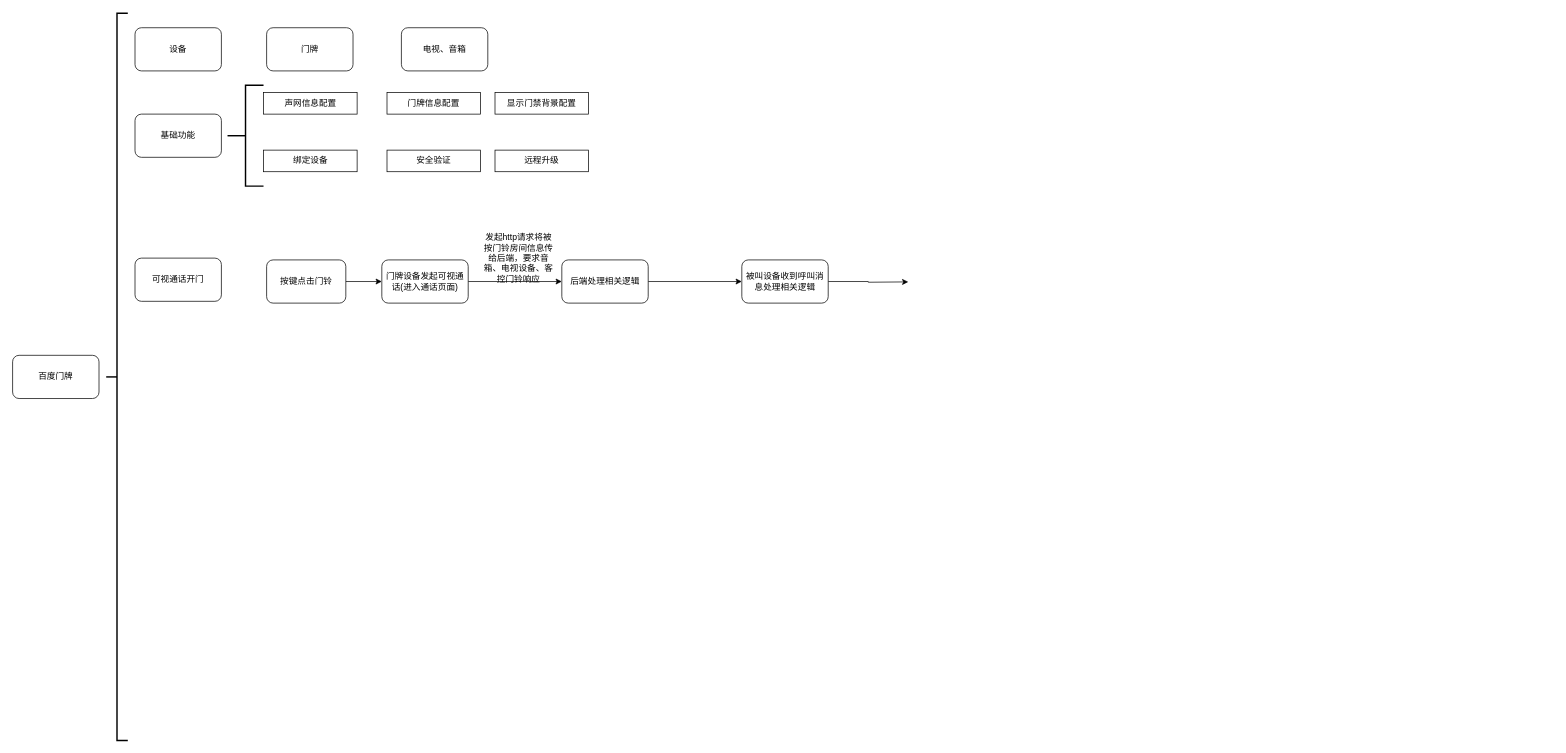
Before: xzzh/门牌流程.drawio in daniel-7d/draw, a draw.io diagram. Source tidied: cells renumbered, new cells numbered last; positions are measured from the earlier drawing's top-left corner, leaving out a move shared by most shapes. Both pictures are drawn from the tidied source at 72%, with x=0, y=0 at pixel (12, 13).
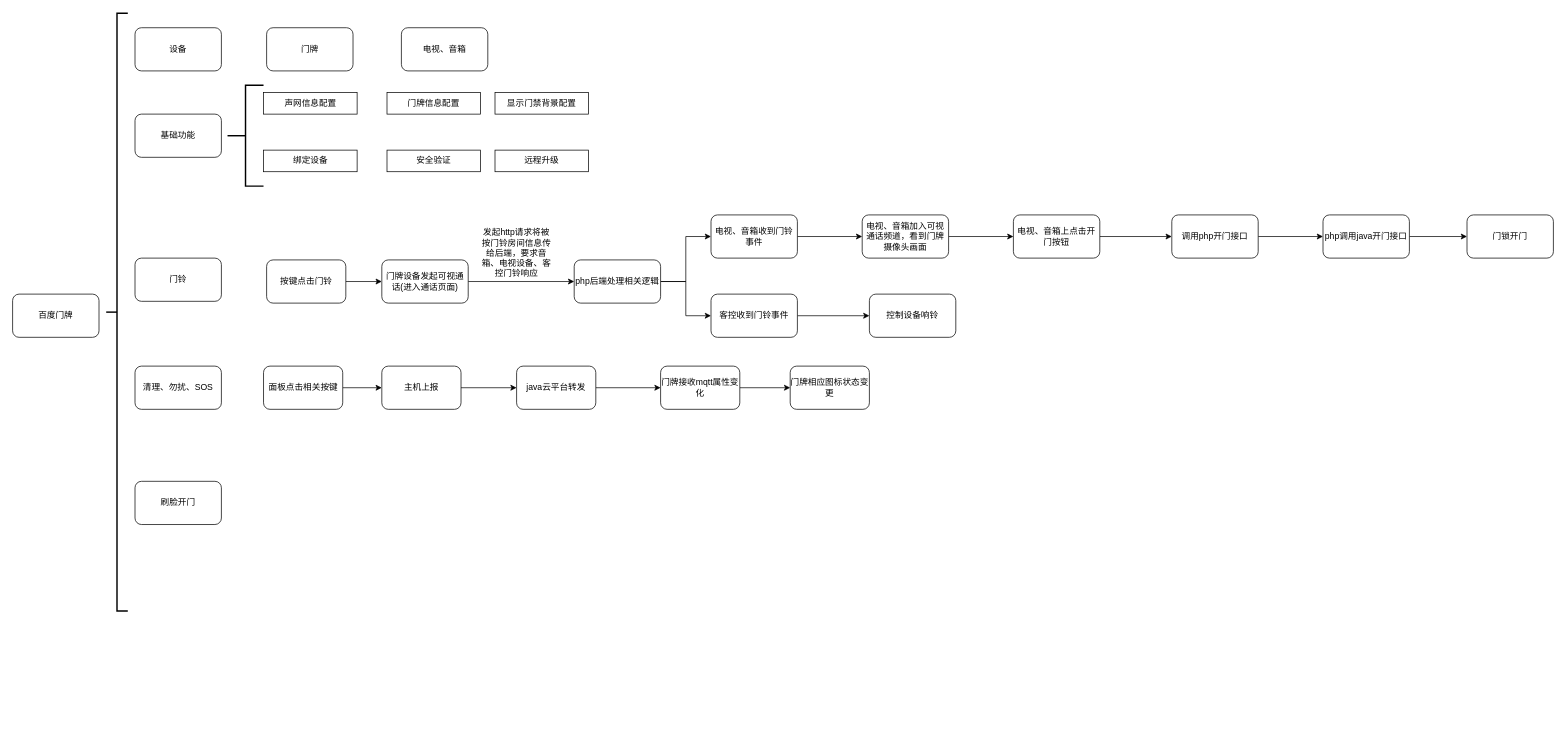
Above is the later version.

Commit message (it also covers changes not shown here):
更新门牌流程.drawio

Unchanged cells that the change refers to:
```xml
<mxCell id="17" value="门牌设备发起可视通话(进入通话页面)" style="rounded=1;whiteSpace=wrap;html=1;" parent="1" vertex="1">
  <mxGeometry x="512.8" y="342.5" width="120" height="60" as="geometry" />
</mxCell>
```

Change to the diagram source:
```diff
@@
     <mxCell id="2" value="百度门牌" style="rounded=1;whiteSpace=wrap;html=1;" parent="1" vertex="1">
-      <mxGeometry y="475" width="120" height="60" as="geometry" />
+      <mxGeometry y="390" width="120" height="60" as="geometry" />
     </mxCell>
     <mxCell id="3" style="strokeWidth=2;html=1;shape=mxgraph.flowchart.annotation_2;align=left;labelPosition=right;" parent="1" vertex="1">
-      <mxGeometry x="130" width="30" height="1010" as="geometry" />
+      <mxGeometry x="130" width="30" height="830" as="geometry" />
     </mxCell>
@@
-    <mxCell id="10" value="可视通话开门" style="rounded=1;whiteSpace=wrap;html=1;" parent="1" vertex="1">
+    <mxCell id="10" value="门铃" style="rounded=1;whiteSpace=wrap;html=1;" parent="1" vertex="1">
       <mxGeometry x="170" y="340" width="120" height="60" as="geometry" />
     </mxCell>
@@
     <mxCell id="16" style="edgeStyle=orthogonalEdgeStyle;rounded=0;jettySize=auto;html=1;exitX=1;exitY=0.5;exitDx=0;exitDy=0;entryX=0;entryY=0.5;entryDx=0;entryDy=0;" parent="1" edge="1" source="17" target="19">
-      <mxGeometry relative="1" as="geometry" />
+      <mxGeometry relative="1" as="geometry">
+        <Array as="points">
+          <mxPoint x="780" y="373" />
+        </Array>
+      </mxGeometry>
     </mxCell>
@@
-    <mxCell id="18" style="edgeStyle=orthogonalEdgeStyle;rounded=0;jettySize=auto;html=1;exitX=1;exitY=0.5;exitDx=0;exitDy=0;" parent="1" edge="1" source="19" target="21">
+    <mxCell id="18" style="edgeStyle=orthogonalEdgeStyle;rounded=0;jettySize=auto;html=1;exitX=1;exitY=0.5;exitDx=0;exitDy=0;entryX=0;entryY=0.5;entryDx=0;entryDy=0;" parent="1" edge="1" source="19" target="21">
       <mxGeometry relative="1" as="geometry" />
     </mxCell>
+    <mxCell id="25" style="edgeStyle=orthogonalEdgeStyle;rounded=0;jettySize=auto;html=1;exitX=1;exitY=0.5;exitDx=0;exitDy=0;entryX=0;entryY=0.5;entryDx=0;entryDy=0;" parent="1" edge="1" source="19" target="28">
+      <mxGeometry relative="1" as="geometry" />
+    </mxCell>
-    <mxCell id="19" value="后端处理相关逻辑" style="rounded=1;whiteSpace=wrap;html=1;" parent="1" vertex="1">
-      <mxGeometry x="762.8" y="342.5" width="120" height="60" as="geometry" />
+    <mxCell id="19" value="php后端处理相关逻辑" style="rounded=1;whiteSpace=wrap;html=1;" parent="1" vertex="1">
+      <mxGeometry x="780" y="342.5" width="120" height="60" as="geometry" />
     </mxCell>
-    <mxCell id="20" style="edgeStyle=orthogonalEdgeStyle;rounded=0;jettySize=auto;html=1;exitX=1;exitY=0.5;exitDx=0;exitDy=0;entryX=0;entryY=0.5;entryDx=0;entryDy=0;" parent="1" edge="1" source="21">
-      <mxGeometry relative="1" as="geometry">
-        <mxPoint x="1244" y="373" as="targetPoint" />
-      </mxGeometry>
-    </mxCell>
+    <mxCell id="26" style="edgeStyle=orthogonalEdgeStyle;rounded=0;jettySize=auto;html=1;exitX=1;exitY=0.5;exitDx=0;exitDy=0;" parent="1" edge="1" source="21" target="31">
+      <mxGeometry relative="1" as="geometry" />
+    </mxCell>
-    <mxCell id="21" value="被叫设备收到呼叫消息处理相关逻辑" style="rounded=1;whiteSpace=wrap;html=1;" parent="1" vertex="1">
-      <mxGeometry x="1012.8" y="342.5" width="120" height="60" as="geometry" />
+    <mxCell id="21" value="电视、音箱收到门铃事件" style="rounded=1;whiteSpace=wrap;html=1;" parent="1" vertex="1">
+      <mxGeometry x="970" y="280" width="120" height="60" as="geometry" />
     </mxCell>
     <mxCell id="22" value="发起http请求将被按门铃房间信息传给后端，要求音箱、电视设备、客控门铃响应" style="text;html=1;strokeColor=none;fillColor=none;align=center;verticalAlign=middle;whiteSpace=wrap;rounded=0;" parent="1" vertex="1">
-      <mxGeometry x="652.8" y="312.5" width="100" height="55" as="geometry" />
+      <mxGeometry x="650" y="305" width="100" height="55" as="geometry" />
     </mxCell>
@@
+    <mxCell id="27" style="edgeStyle=orthogonalEdgeStyle;rounded=0;jettySize=auto;html=1;exitX=1;exitY=0.5;exitDx=0;exitDy=0;entryX=0;entryY=0.5;entryDx=0;entryDy=0;" parent="1" edge="1" source="28" target="29">
+      <mxGeometry relative="1" as="geometry" />
+    </mxCell>
+    <mxCell id="28" value="客控收到门铃事件" style="rounded=1;whiteSpace=wrap;html=1;" parent="1" vertex="1">
+      <mxGeometry x="970" y="390" width="120" height="60" as="geometry" />
+    </mxCell>
+    <mxCell id="29" value="控制设备响铃" style="rounded=1;whiteSpace=wrap;html=1;" parent="1" vertex="1">
+      <mxGeometry x="1190" y="390" width="120" height="60" as="geometry" />
+    </mxCell>
+    <mxCell id="30" style="edgeStyle=orthogonalEdgeStyle;rounded=0;jettySize=auto;html=1;exitX=1;exitY=0.5;exitDx=0;exitDy=0;entryX=0;entryY=0.5;entryDx=0;entryDy=0;" parent="1" edge="1" source="31" target="33">
+      <mxGeometry relative="1" as="geometry" />
+    </mxCell>
+    <mxCell id="31" value="电视、音箱加入可视通话频道，看到门牌摄像头画面" style="rounded=1;whiteSpace=wrap;html=1;" parent="1" vertex="1">
+      <mxGeometry x="1180" y="280" width="120" height="60" as="geometry" />
+    </mxCell>
+    <mxCell id="32" style="edgeStyle=orthogonalEdgeStyle;rounded=0;jettySize=auto;html=1;exitX=1;exitY=0.5;exitDx=0;exitDy=0;entryX=0;entryY=0.5;entryDx=0;entryDy=0;" parent="1" edge="1" source="33" target="35">
+      <mxGeometry relative="1" as="geometry" />
+    </mxCell>
+    <mxCell id="33" value="电视、音箱上点击开门按钮" style="rounded=1;whiteSpace=wrap;html=1;" parent="1" vertex="1">
+      <mxGeometry x="1390" y="280" width="120" height="60" as="geometry" />
+    </mxCell>
+    <mxCell id="34" style="edgeStyle=orthogonalEdgeStyle;rounded=0;jettySize=auto;html=1;exitX=1;exitY=0.5;exitDx=0;exitDy=0;entryX=0;entryY=0.5;entryDx=0;entryDy=0;" parent="1" edge="1" source="35" target="37">
+      <mxGeometry relative="1" as="geometry" />
+    </mxCell>
+    <mxCell id="35" value="调用php开门接口" style="rounded=1;whiteSpace=wrap;html=1;" parent="1" vertex="1">
+      <mxGeometry x="1610" y="280" width="120" height="60" as="geometry" />
+    </mxCell>
+    <mxCell id="36" style="edgeStyle=orthogonalEdgeStyle;rounded=0;jettySize=auto;html=1;exitX=1;exitY=0.5;exitDx=0;exitDy=0;entryX=0;entryY=0.5;entryDx=0;entryDy=0;" parent="1" edge="1" source="37" target="38">
+      <mxGeometry relative="1" as="geometry" />
+    </mxCell>
+    <mxCell id="37" value="php调用java开门接口" style="rounded=1;whiteSpace=wrap;html=1;" parent="1" vertex="1">
+      <mxGeometry x="1820" y="280" width="120" height="60" as="geometry" />
+    </mxCell>
+    <mxCell id="38" value="门锁开门" style="rounded=1;whiteSpace=wrap;html=1;" parent="1" vertex="1">
+      <mxGeometry x="2020" y="280" width="120" height="60" as="geometry" />
+    </mxCell>
+    <mxCell id="39" value="清理、勿扰、SOS" style="rounded=1;whiteSpace=wrap;html=1;" parent="1" vertex="1">
+      <mxGeometry x="170" y="490" width="120" height="60" as="geometry" />
+    </mxCell>
+    <mxCell id="40" style="edgeStyle=orthogonalEdgeStyle;rounded=0;jettySize=auto;html=1;exitX=1;exitY=0.5;exitDx=0;exitDy=0;entryX=0;entryY=0.5;entryDx=0;entryDy=0;" parent="1" edge="1" source="41" target="43">
+      <mxGeometry relative="1" as="geometry" />
+    </mxCell>
+    <mxCell id="41" value="面板点击相关按键" style="rounded=1;whiteSpace=wrap;html=1;" parent="1" vertex="1">
+      <mxGeometry x="348.5" y="490" width="110" height="60" as="geometry" />
+    </mxCell>
+    <mxCell id="42" style="edgeStyle=orthogonalEdgeStyle;rounded=0;jettySize=auto;html=1;exitX=1;exitY=0.5;exitDx=0;exitDy=0;entryX=0;entryY=0.5;entryDx=0;entryDy=0;" parent="1" edge="1" source="43" target="45">
+      <mxGeometry relative="1" as="geometry" />
+    </mxCell>
+    <mxCell id="43" value="主机上报" style="rounded=1;whiteSpace=wrap;html=1;" parent="1" vertex="1">
+      <mxGeometry x="512.8" y="490" width="110" height="60" as="geometry" />
+    </mxCell>
+    <mxCell id="44" style="edgeStyle=orthogonalEdgeStyle;rounded=0;jettySize=auto;html=1;exitX=1;exitY=0.5;exitDx=0;exitDy=0;entryX=0;entryY=0.5;entryDx=0;entryDy=0;" parent="1" edge="1" source="45" target="47">
+      <mxGeometry relative="1" as="geometry" />
+    </mxCell>
+    <mxCell id="45" value="java云平台转发" style="rounded=1;whiteSpace=wrap;html=1;" parent="1" vertex="1">
+      <mxGeometry x="700" y="490" width="110" height="60" as="geometry" />
+    </mxCell>
+    <mxCell id="46" style="edgeStyle=orthogonalEdgeStyle;rounded=0;jettySize=auto;html=1;exitX=1;exitY=0.5;exitDx=0;exitDy=0;" parent="1" edge="1" source="47" target="48">
+      <mxGeometry relative="1" as="geometry" />
+    </mxCell>
+    <mxCell id="47" value="门牌接收mqtt属性变化" style="rounded=1;whiteSpace=wrap;html=1;" parent="1" vertex="1">
+      <mxGeometry x="900" y="490" width="110" height="60" as="geometry" />
+    </mxCell>
+    <mxCell id="48" value="门牌相应图标状态变更" style="rounded=1;whiteSpace=wrap;html=1;" parent="1" vertex="1">
+      <mxGeometry x="1080" y="490" width="110" height="60" as="geometry" />
+    </mxCell>
+    <mxCell id="49" value="刷脸开门" style="rounded=1;whiteSpace=wrap;html=1;" parent="1" vertex="1">
+      <mxGeometry x="170" y="650" width="120" height="60" as="geometry" />
+    </mxCell>
```
